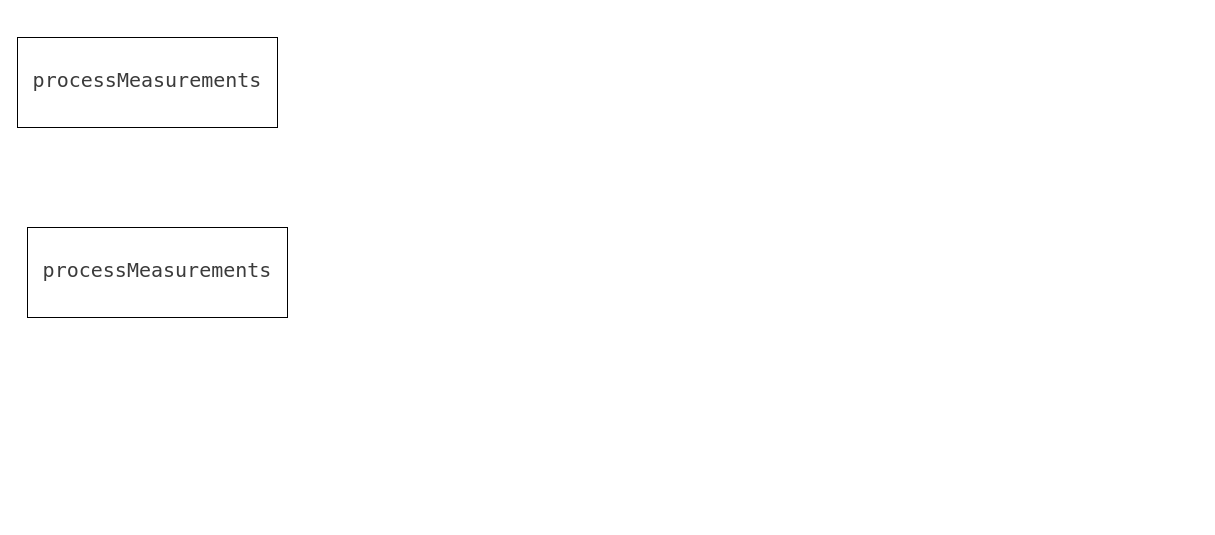
Before: IMU阻塞处理.drawio in buyibo64/flowChart, a draw.io diagram. Source tidied: cells renumbered, new cells numbered last; positions are measured from the earlier drawing's top-left corner, leaving out a move shared by most shapes. Both pictures are drawn from the tidied source at 100%, with x=0, y=0 at pixel (17, 37).
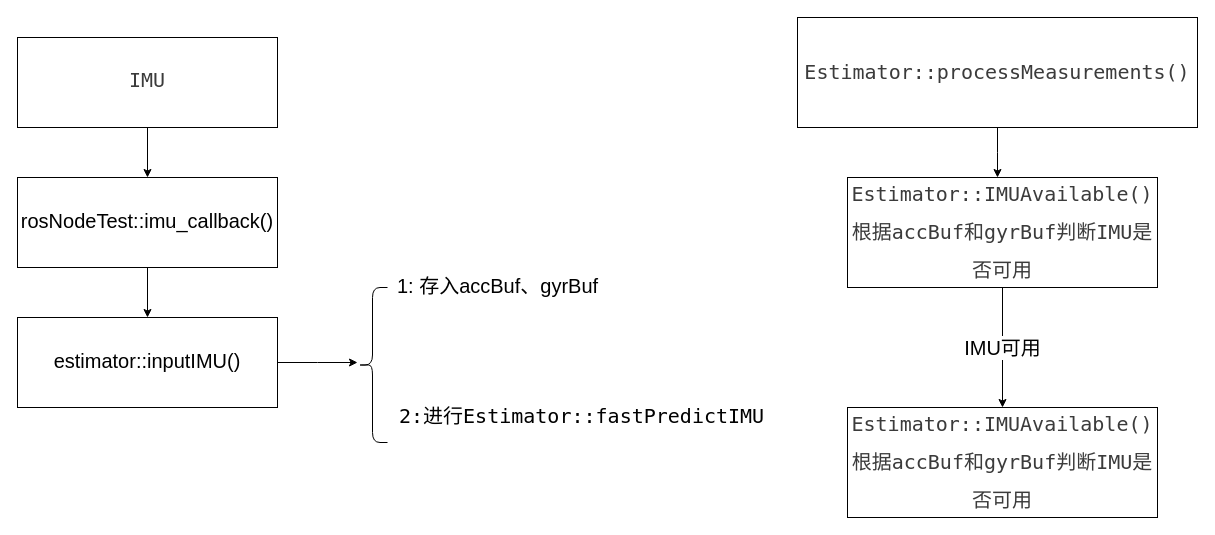
After the change.

Commit message:
更新IMU阻塞处理.drawio

What changed in the source:
```diff
@@
 <mxGraphModel>
   <root>
     <mxCell id="0" />
     <mxCell id="1" parent="0" />
+    <mxCell id="4" style="edgeStyle=orthogonalEdgeStyle;rounded=0;jettySize=auto;html=1;exitX=0.5;exitY=1;exitDx=0;exitDy=0;entryX=0.5;entryY=0;entryDx=0;entryDy=0;" parent="1" edge="1" source="2" target="3">
+      <mxGeometry relative="1" as="geometry" />
+    </mxCell>
-    <mxCell id="2" value="&lt;div style=&quot;color: rgb(59, 59, 59); background-color: rgb(255, 255, 255); font-family: &amp;quot;Droid Sans Mono&amp;quot;, &amp;quot;monospace&amp;quot;, monospace; line-height: 196%;&quot;&gt;&lt;font style=&quot;font-size: 20px;&quot;&gt;processMeasurements&lt;/font&gt;&lt;/div&gt;" style="rounded=0;whiteSpace=wrap;html=1;" parent="1" vertex="1">
+    <mxCell id="2" value="&lt;div style=&quot;color: rgb(59, 59, 59); background-color: rgb(255, 255, 255); font-family: &amp;quot;Droid Sans Mono&amp;quot;, &amp;quot;monospace&amp;quot;, monospace; line-height: 196%;&quot;&gt;&lt;span style=&quot;font-size: 20px;&quot;&gt;IMU&lt;/span&gt;&lt;/div&gt;" style="rounded=0;whiteSpace=wrap;html=1;" parent="1" vertex="1">
       <mxGeometry width="260" height="90" as="geometry" />
     </mxCell>
+    <mxCell id="5" style="edgeStyle=orthogonalEdgeStyle;rounded=0;jettySize=auto;html=1;exitX=0.5;exitY=1;exitDx=0;exitDy=0;" parent="1" edge="1" source="3" target="7">
+      <mxGeometry relative="1" as="geometry" />
+    </mxCell>
-    <mxCell id="3" value="&lt;div style=&quot;color: rgb(59, 59, 59); background-color: rgb(255, 255, 255); font-family: &amp;quot;Droid Sans Mono&amp;quot;, &amp;quot;monospace&amp;quot;, monospace; line-height: 196%;&quot;&gt;&lt;font style=&quot;font-size: 20px;&quot;&gt;processMeasurements&lt;/font&gt;&lt;/div&gt;" style="rounded=0;whiteSpace=wrap;html=1;" parent="1" vertex="1">
-      <mxGeometry x="10" y="190" width="260" height="90" as="geometry" />
+    <mxCell id="3" value="&lt;div style=&quot;background-color: rgb(255, 255, 255); line-height: 196%;&quot;&gt;&lt;div style=&quot;line-height: 19px;&quot;&gt;&lt;font style=&quot;font-size: 20px;&quot;&gt;rosNodeTest::imu_callback()&lt;/font&gt;&lt;/div&gt;&lt;/div&gt;" style="rounded=0;whiteSpace=wrap;html=1;" parent="1" vertex="1">
+      <mxGeometry y="140" width="260" height="90" as="geometry" />
     </mxCell>
+    <mxCell id="6" style="edgeStyle=orthogonalEdgeStyle;rounded=0;jettySize=auto;html=1;exitX=1;exitY=0.5;exitDx=0;exitDy=0;" parent="1" edge="1" source="7">
+      <mxGeometry relative="1" as="geometry">
+        <mxPoint x="340" y="325" as="targetPoint" />
+      </mxGeometry>
+    </mxCell>
+    <mxCell id="7" value="&lt;div style=&quot;background-color: rgb(255, 255, 255); line-height: 196%;&quot;&gt;&lt;div style=&quot;line-height: 19px;&quot;&gt;&lt;font style=&quot;font-size: 20px;&quot;&gt;estimator::inputIMU()&lt;/font&gt;&lt;/div&gt;&lt;/div&gt;" style="rounded=0;whiteSpace=wrap;html=1;" parent="1" vertex="1">
+      <mxGeometry y="280" width="260" height="90" as="geometry" />
+    </mxCell>
+    <mxCell id="8" style="shape=curlyBracket;whiteSpace=wrap;html=1;rounded=1;labelPosition=left;verticalLabelPosition=middle;align=right;verticalAlign=middle;" parent="1" vertex="1">
+      <mxGeometry x="340" y="250" width="30" height="155" as="geometry" />
+    </mxCell>
+    <mxCell id="9" value="&lt;font style=&quot;font-size: 20px;&quot;&gt;1: 存入accBuf、gyrBuf&lt;br&gt;&lt;br&gt;&lt;/font&gt;" style="text;html=1;align=center;verticalAlign=middle;strokeColor=none;fillColor=none;" parent="1" vertex="1">
+      <mxGeometry x="370" y="230" width="220" height="60" as="geometry" />
+    </mxCell>
+    <mxCell id="10" value="&lt;font style=&quot;font-size: 20px;&quot;&gt;&lt;span class=&quot;mtk15&quot; style=&quot;font-family: &amp;quot;Droid Sans Mono&amp;quot;, &amp;quot;monospace&amp;quot;, monospace; font-style: normal; font-variant-ligatures: normal; font-variant-caps: normal; font-weight: 400; letter-spacing: normal; orphans: 2; text-align: start; text-indent: 0px; text-transform: none; widows: 2; word-spacing: 0px; -webkit-text-stroke-width: 0px; background-color: rgb(255, 255, 255); text-decoration-thickness: initial; text-decoration-style: initial; text-decoration-color: initial;&quot;&gt;2:进行Estimator&lt;/span&gt;&lt;span class=&quot;mtk1&quot; style=&quot;font-family: &amp;quot;Droid Sans Mono&amp;quot;, &amp;quot;monospace&amp;quot;, monospace; font-style: normal; font-variant-ligatures: normal; font-variant-caps: normal; font-weight: 400; letter-spacing: normal; orphans: 2; text-align: start; text-indent: 0px; text-transform: none; widows: 2; word-spacing: 0px; -webkit-text-stroke-width: 0px; background-color: rgb(255, 255, 255); text-decoration-thickness: initial; text-decoration-style: initial; text-decoration-color: initial;&quot;&gt;::&lt;/span&gt;&lt;span class=&quot;mtk14&quot; style=&quot;font-family: &amp;quot;Droid Sans Mono&amp;quot;, &amp;quot;monospace&amp;quot;, monospace; font-style: normal; font-variant-ligatures: normal; font-variant-caps: normal; font-weight: 400; letter-spacing: normal; orphans: 2; text-align: start; text-indent: 0px; text-transform: none; widows: 2; word-spacing: 0px; -webkit-text-stroke-width: 0px; background-color: rgb(255, 255, 255); text-decoration-thickness: initial; text-decoration-style: initial; text-decoration-color: initial;&quot;&gt;fastPredictIMU&lt;/span&gt;&lt;/font&gt;" style="text;whiteSpace=wrap;html=1;" parent="1" vertex="1">
+      <mxGeometry x="380" y="360" width="490" height="40" as="geometry" />
+    </mxCell>
+    <mxCell id="11" style="edgeStyle=orthogonalEdgeStyle;rounded=0;jettySize=auto;html=1;exitX=0.5;exitY=1;exitDx=0;exitDy=0;" parent="1" edge="1" source="12">
+      <mxGeometry relative="1" as="geometry">
+        <mxPoint x="980" y="140" as="targetPoint" />
+      </mxGeometry>
+    </mxCell>
+    <mxCell id="12" value="&lt;div style=&quot;background-color: rgb(255, 255, 255); font-family: &amp;quot;Droid Sans Mono&amp;quot;, &amp;quot;monospace&amp;quot;, monospace; line-height: 196%; font-size: 20px;&quot;&gt;&lt;div style=&quot;line-height: 19px;&quot;&gt;&lt;font color=&quot;#3b3b3b&quot;&gt;Estimator::processMeasurements()&lt;/font&gt;&lt;/div&gt;&lt;/div&gt;" style="rounded=0;whiteSpace=wrap;html=1;" parent="1" vertex="1">
+      <mxGeometry x="780" y="-20" width="400" height="110" as="geometry" />
+    </mxCell>
+    <mxCell id="13" style="edgeStyle=orthogonalEdgeStyle;rounded=0;jettySize=auto;html=1;exitX=0.5;exitY=1;exitDx=0;exitDy=0;entryX=0.5;entryY=0;entryDx=0;entryDy=0;" parent="1" edge="1" source="15" target="16">
+      <mxGeometry relative="1" as="geometry" />
+    </mxCell>
+    <mxCell id="14" value="&lt;font style=&quot;font-size: 20px;&quot;&gt;IMU可用&lt;/font&gt;" style="edgeLabel;html=1;align=center;verticalAlign=middle;" parent="13" vertex="1">
+      <mxGeometry x="-0.02" y="-1" relative="1" as="geometry" />
+    </mxCell>
+    <mxCell id="15" value="&lt;div style=&quot;background-color: rgb(255, 255, 255); line-height: 196%;&quot;&gt;&lt;div style=&quot;line-height: 19px; font-size: 20px;&quot;&gt;&lt;div style=&quot;font-family: &amp;quot;Droid Sans Mono&amp;quot;, &amp;quot;monospace&amp;quot;, monospace; line-height: 19px;&quot;&gt;&lt;font color=&quot;#3b3b3b&quot;&gt;Estimator::IMUAvailable()&lt;/font&gt;&lt;/div&gt;&lt;div style=&quot;font-family: &amp;quot;Droid Sans Mono&amp;quot;, &amp;quot;monospace&amp;quot;, monospace; line-height: 19px;&quot;&gt;&lt;font color=&quot;#3b3b3b&quot;&gt;&lt;br&gt;&lt;/font&gt;&lt;/div&gt;&lt;div style=&quot;font-family: &amp;quot;Droid Sans Mono&amp;quot;, &amp;quot;monospace&amp;quot;, monospace; line-height: 19px;&quot;&gt;&lt;font color=&quot;#3b3b3b&quot;&gt;根据accBuf和gyrBuf判断IMU是&lt;/font&gt;&lt;/div&gt;&lt;div style=&quot;font-family: &amp;quot;Droid Sans Mono&amp;quot;, &amp;quot;monospace&amp;quot;, monospace; line-height: 19px;&quot;&gt;&lt;font color=&quot;#3b3b3b&quot;&gt;&lt;br&gt;&lt;/font&gt;&lt;/div&gt;&lt;div style=&quot;font-family: &amp;quot;Droid Sans Mono&amp;quot;, &amp;quot;monospace&amp;quot;, monospace; line-height: 19px;&quot;&gt;&lt;font color=&quot;#3b3b3b&quot;&gt;否可用&lt;/font&gt;&lt;/div&gt;&lt;/div&gt;&lt;/div&gt;" style="rounded=0;whiteSpace=wrap;html=1;" parent="1" vertex="1">
+      <mxGeometry x="830" y="140" width="310" height="110" as="geometry" />
+    </mxCell>
+    <mxCell id="16" value="&lt;div style=&quot;background-color: rgb(255, 255, 255); line-height: 196%;&quot;&gt;&lt;div style=&quot;line-height: 19px; font-size: 20px;&quot;&gt;&lt;div style=&quot;font-family: &amp;quot;Droid Sans Mono&amp;quot;, &amp;quot;monospace&amp;quot;, monospace; line-height: 19px;&quot;&gt;&lt;font color=&quot;#3b3b3b&quot;&gt;Estimator::IMUAvailable()&lt;/font&gt;&lt;/div&gt;&lt;div style=&quot;font-family: &amp;quot;Droid Sans Mono&amp;quot;, &amp;quot;monospace&amp;quot;, monospace; line-height: 19px;&quot;&gt;&lt;font color=&quot;#3b3b3b&quot;&gt;&lt;br&gt;&lt;/font&gt;&lt;/div&gt;&lt;div style=&quot;font-family: &amp;quot;Droid Sans Mono&amp;quot;, &amp;quot;monospace&amp;quot;, monospace; line-height: 19px;&quot;&gt;&lt;font color=&quot;#3b3b3b&quot;&gt;根据accBuf和gyrBuf判断IMU是&lt;/font&gt;&lt;/div&gt;&lt;div style=&quot;font-family: &amp;quot;Droid Sans Mono&amp;quot;, &amp;quot;monospace&amp;quot;, monospace; line-height: 19px;&quot;&gt;&lt;font color=&quot;#3b3b3b&quot;&gt;&lt;br&gt;&lt;/font&gt;&lt;/div&gt;&lt;div style=&quot;font-family: &amp;quot;Droid Sans Mono&amp;quot;, &amp;quot;monospace&amp;quot;, monospace; line-height: 19px;&quot;&gt;&lt;font color=&quot;#3b3b3b&quot;&gt;否可用&lt;/font&gt;&lt;/div&gt;&lt;/div&gt;&lt;/div&gt;" style="rounded=0;whiteSpace=wrap;html=1;" parent="1" vertex="1">
+      <mxGeometry x="830" y="370" width="310" height="110" as="geometry" />
+    </mxCell>
   </root>
 </mxGraphModel>
```
